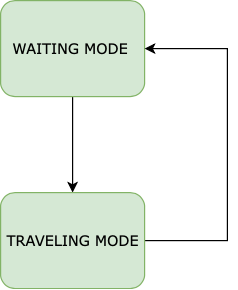
Above: doc/resources/truck_state_chart.png in fabiocody/CodiglioniNicheliniIoT (draw.io), before the change. Source tidied: cells renumbered, new cells last; positions are measured from the earlier drawing's top-left corner, leaving out a move shared by most shapes. Source of this version:
```xml
<mxGraphModel>
  <root>
    <mxCell id="0" />
    <mxCell id="1" parent="0" />
    <mxCell id="2" style="edgeStyle=orthogonalEdgeStyle;rounded=0;jettySize=auto;html=1;exitX=0.5;exitY=1;exitDx=0;exitDy=0;entryX=0.5;entryY=0;entryDx=0;entryDy=0;" parent="1" edge="1" source="3" target="5">
      <mxGeometry relative="1" as="geometry" />
    </mxCell>
    <mxCell id="3" value="WAITING MODE&amp;nbsp;" style="rounded=1;whiteSpace=wrap;html=1;shadow=0;labelBackgroundColor=none;strokeWidth=1;fontFamily=Verdana;fontSize=12;align=center;fillColor=#d5e8d4;strokeColor=#82b366;" parent="1" vertex="1">
      <mxGeometry width="120" height="80" as="geometry" />
    </mxCell>
    <mxCell id="4" style="edgeStyle=orthogonalEdgeStyle;rounded=0;jettySize=auto;html=1;exitX=1;exitY=0.5;exitDx=0;exitDy=0;entryX=1;entryY=0.5;entryDx=0;entryDy=0;" parent="1" edge="1" source="5" target="3">
      <mxGeometry relative="1" as="geometry">
        <Array as="points">
          <mxPoint x="189" y="200" />
          <mxPoint x="189" y="40" />
        </Array>
      </mxGeometry>
    </mxCell>
    <mxCell id="5" value="TRAVELING MODE" style="rounded=1;whiteSpace=wrap;html=1;shadow=0;labelBackgroundColor=none;strokeWidth=1;fontFamily=Verdana;fontSize=12;align=center;fillColor=#d5e8d4;strokeColor=#82b366;" parent="1" vertex="1">
      <mxGeometry y="160" width="120" height="80" as="geometry" />
    </mxCell>
  </root>
</mxGraphModel>
```
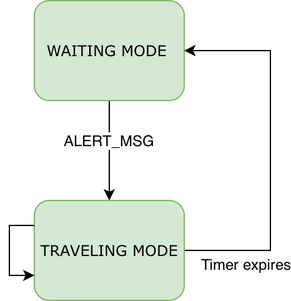
Later version of the same file.

The edit, as a diff of the source:
```diff
@@ -5,6 +5,9 @@
     <mxCell id="2" style="edgeStyle=orthogonalEdgeStyle;rounded=0;jettySize=auto;html=1;exitX=0.5;exitY=1;exitDx=0;exitDy=0;entryX=0.5;entryY=0;entryDx=0;entryDy=0;" parent="1" edge="1" source="3" target="5">
       <mxGeometry relative="1" as="geometry" />
     </mxCell>
+    <mxCell id="6" value="ALERT_MSG" style="text;html=1;align=center;verticalAlign=middle;labelBackgroundColor=#ffffff;" parent="2" vertex="1">
+      <mxGeometry x="-0.23" y="-1" relative="1" as="geometry" />
+    </mxCell>
     <mxCell id="3" value="WAITING MODE&amp;nbsp;" style="rounded=1;whiteSpace=wrap;html=1;shadow=0;labelBackgroundColor=none;strokeWidth=1;fontFamily=Verdana;fontSize=12;align=center;fillColor=#d5e8d4;strokeColor=#82b366;" parent="1" vertex="1">
       <mxGeometry width="120" height="80" as="geometry" />
     </mxCell>
@@ -16,8 +19,21 @@
         </Array>
       </mxGeometry>
     </mxCell>
+    <mxCell id="7" value="Timer expires" style="text;html=1;align=center;verticalAlign=middle;labelBackgroundColor=#ffffff;" parent="4" vertex="1">
+      <mxGeometry x="-0.68" y="-2" relative="1" as="geometry">
+        <mxPoint x="2" y="8" as="offset" />
+      </mxGeometry>
+    </mxCell>
     <mxCell id="5" value="TRAVELING MODE" style="rounded=1;whiteSpace=wrap;html=1;shadow=0;labelBackgroundColor=none;strokeWidth=1;fontFamily=Verdana;fontSize=12;align=center;fillColor=#d5e8d4;strokeColor=#82b366;" parent="1" vertex="1">
       <mxGeometry y="160" width="120" height="80" as="geometry" />
     </mxCell>
+    <mxCell id="8" style="edgeStyle=orthogonalEdgeStyle;rounded=0;orthogonalLoop=1;jettySize=auto;html=1;exitX=0;exitY=0.25;exitDx=0;exitDy=0;entryX=0;entryY=0.75;entryDx=0;entryDy=0;" parent="1" edge="1" source="5" target="5">
+      <mxGeometry relative="1" as="geometry">
+        <Array as="points">
+          <mxPoint x="-20" y="180" />
+          <mxPoint x="-20" y="220" />
+        </Array>
+      </mxGeometry>
+    </mxCell>
   </root>
 </mxGraphModel>
```
